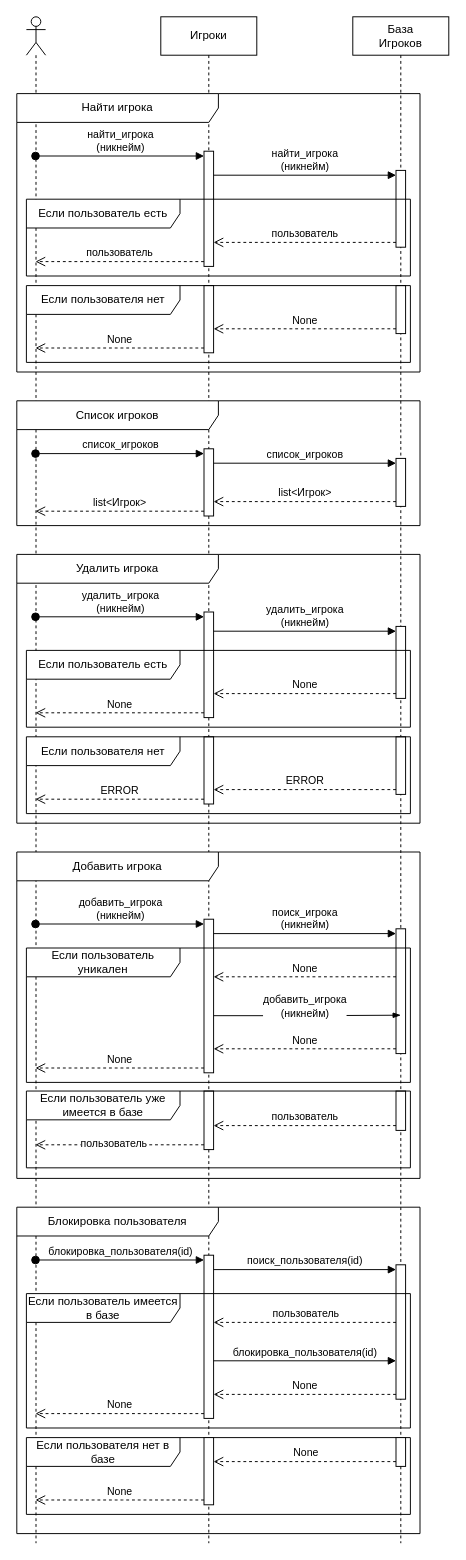
Above: diagrams/Admin_Players.drawio in ShamsudinGH/table_games (draw.io), before the change. Source tidied: cells renumbered, new cells numbered last; positions are measured from the earlier drawing's top-left corner, leaving out a move shared by most shapes. Both pictures are drawn from the tidied source at 96%, with x=0, y=0 at pixel (16, 16).
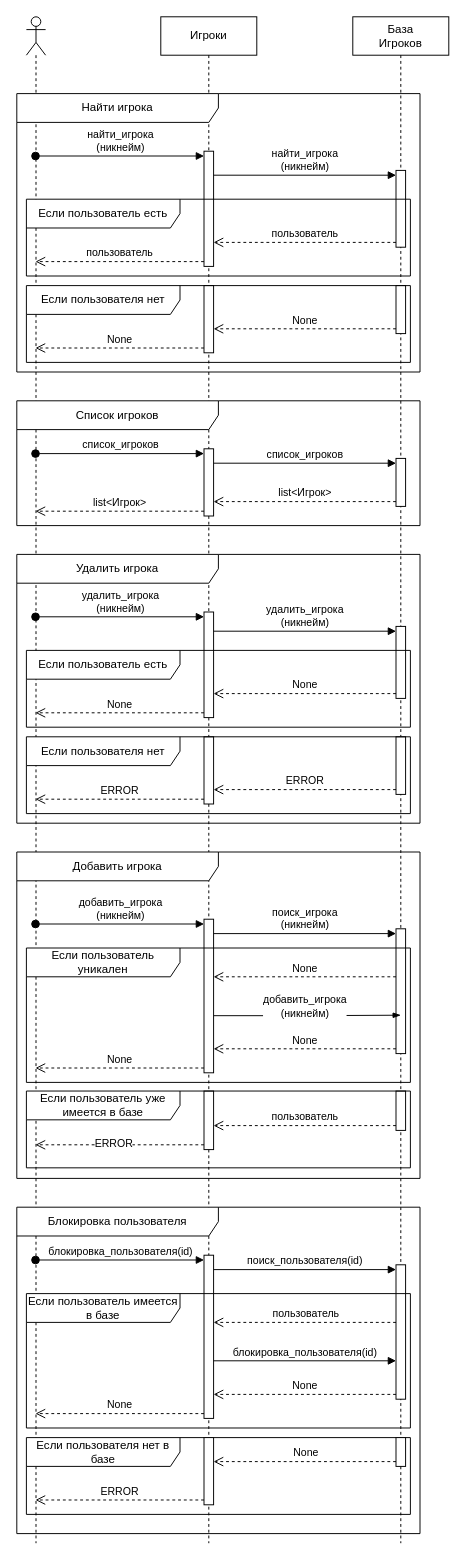
After the change.

Commit message (it also covers changes not shown here):
Основная диаграмма и правка в Admin_Players

The change refers to these unchanged cells:
```xml
<mxCell id="50" style="html=1;verticalAlign=bottom;endArrow=open;dashed=1;endSize=8;curved=0;rounded=0;exitX=0;exitY=1;exitDx=0;exitDy=-5;exitPerimeter=0;" parent="1" edge="1" source="49" target="2">
  <mxGeometry relative="1" as="geometry" />
</mxCell>
<mxCell id="69" style="html=1;points=[[0,0,0,0,5],[0,1,0,0,-5],[1,0,0,0,5],[1,1,0,0,-5]];perimeter=orthogonalPerimeter;outlineConnect=0;targetShapes=umlLifeline;portConstraint=eastwest;newEdgeStyle={&quot;curved&quot;:0,&quot;rounded&quot;:0};" parent="1" vertex="1">
  <mxGeometry x="195" y="1480" width="10" height="70" as="geometry" />
</mxCell>
```

What changed in the source:
```diff
@@
-    <mxCell id="51" value="пользователь" style="edgeLabel;html=1;align=center;verticalAlign=middle;" parent="50" vertex="1">
+    <mxCell id="51" value="ERROR" style="edgeLabel;html=1;align=center;verticalAlign=middle;" parent="50" vertex="1">
       <mxGeometry x="0.08" y="-2" relative="1" as="geometry" />
     </mxCell>
@@
-    <mxCell id="67" value="None" style="html=1;verticalAlign=bottom;endArrow=open;dashed=1;endSize=8;curved=0;rounded=0;exitX=0;exitY=1;exitDx=0;exitDy=-5;exitPerimeter=0;" parent="1" edge="1" source="69">
+    <mxCell id="67" value="ERROR" style="html=1;verticalAlign=bottom;endArrow=open;dashed=1;endSize=8;curved=0;rounded=0;exitX=0;exitY=1;exitDx=0;exitDy=-5;exitPerimeter=0;" parent="1" edge="1" source="69">
       <mxGeometry relative="1" as="geometry">
         <mxPoint x="19.5" y="1545" as="targetPoint" />
-        <Array as="points">
-          <mxPoint x="110" y="1545" />
-        </Array>
       </mxGeometry>
     </mxCell>
```
